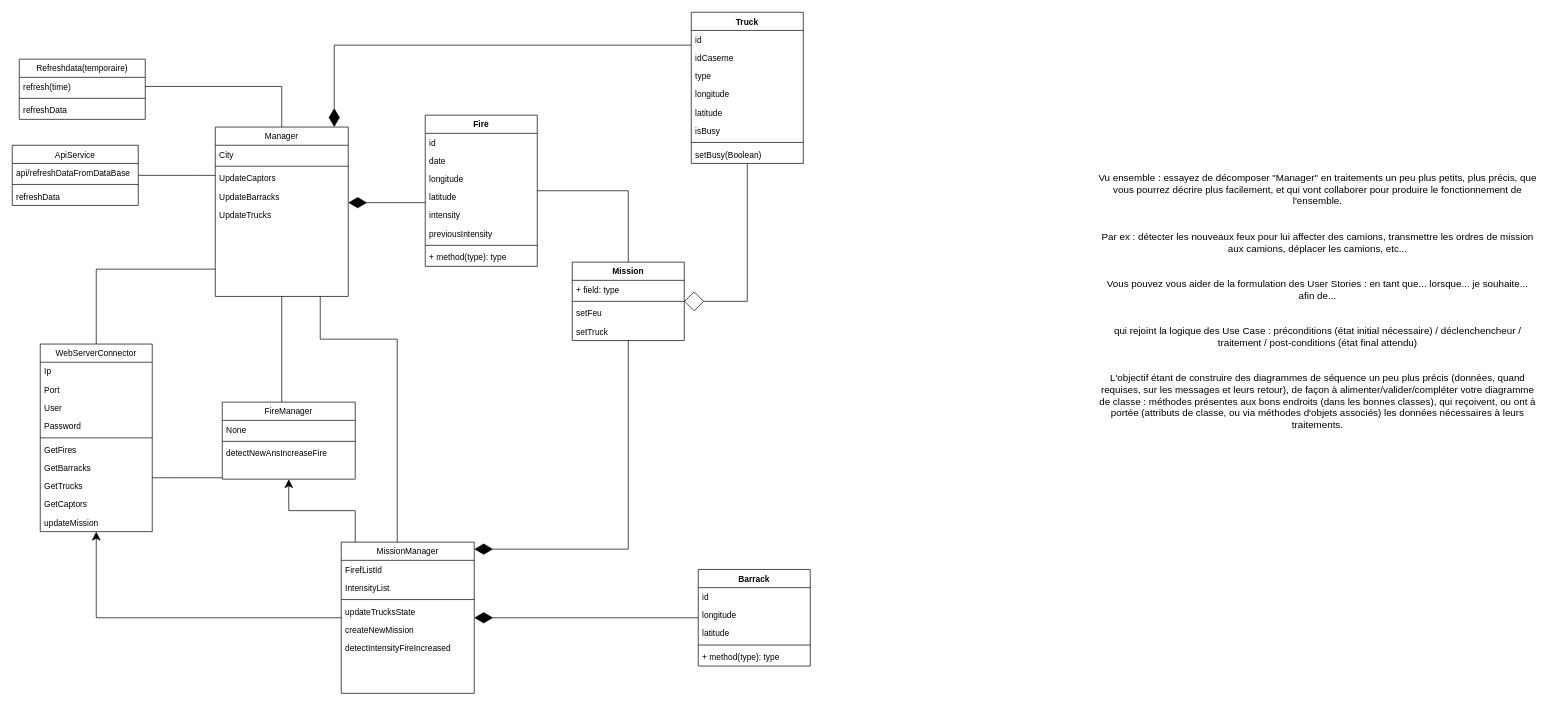
This is UML/Diagramme de classe Emergency manager.drawio from Emile-Bergin/S7-ProjetScientifique, a draw.io file, before an edit. Source tidied: cells renumbered, new cells numbered last; positions are measured from the earlier drawing's top-left corner, leaving out a move shared by most shapes. Both pictures are drawn from the tidied source at 70%, with x=0, y=0 at pixel (12, 12).
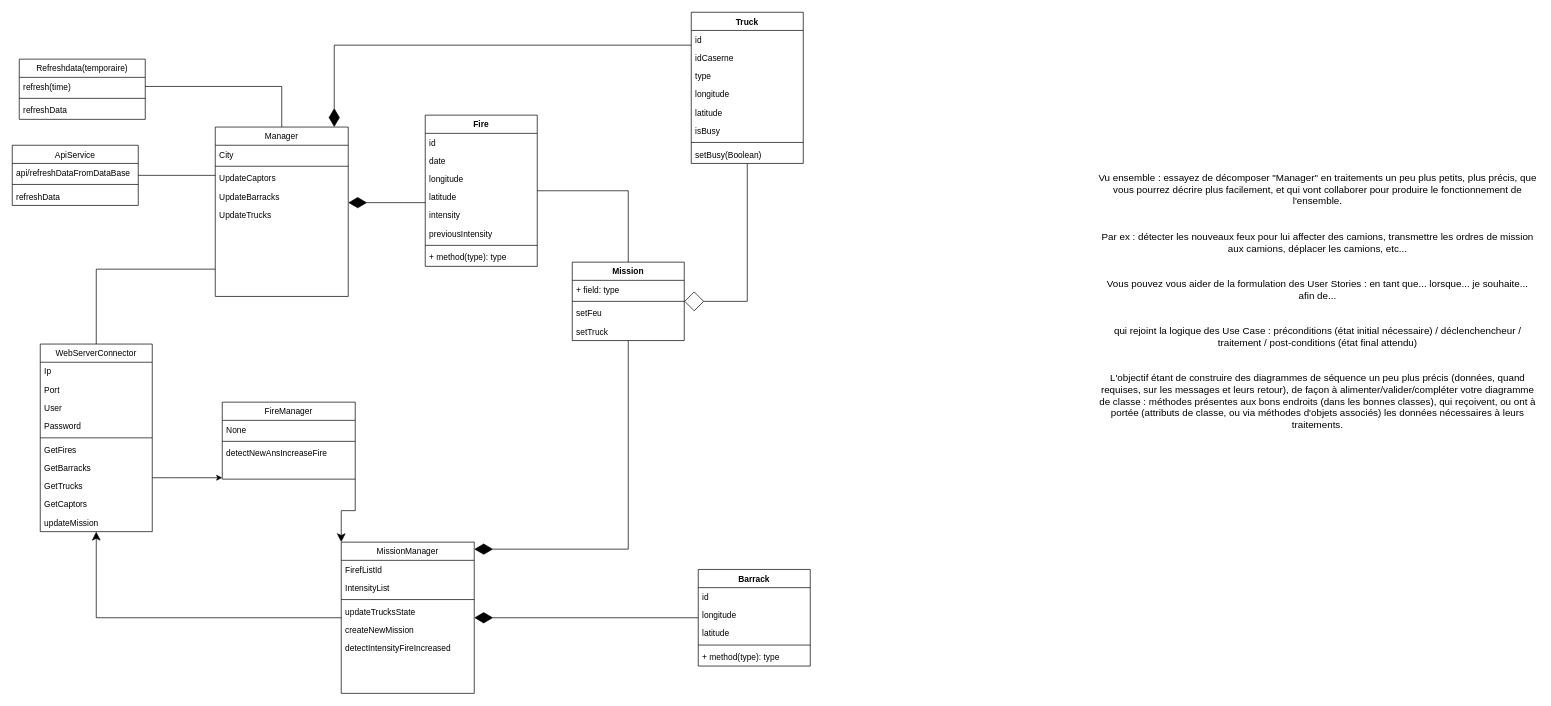
The same diagram, later.

Unchanged cells that the change refers to:
```xml
<mxCell id="3" value="WebServerConnector" style="swimlane;fontStyle=0;align=center;verticalAlign=top;horizontal=1;startSize=26;rounded=0;shadow=0;strokeWidth=1;" parent="1" vertex="1">
  <mxGeometry x="40" y="474" width="160" height="268" as="geometry" />
</mxCell>
<mxCell id="19" value="Manager" style="swimlane;fontStyle=0;align=center;verticalAlign=top;horizontal=1;startSize=26;rounded=0;shadow=0;strokeWidth=1;" parent="1" vertex="1">
  <mxGeometry x="290" y="164" width="190" height="242" as="geometry" />
</mxCell>
<mxCell id="65" value="MissionManager" style="swimlane;fontStyle=0;align=center;verticalAlign=top;horizontal=1;startSize=26;rounded=0;shadow=0;strokeWidth=1;" parent="1" vertex="1">
  <mxGeometry x="470" y="757" width="190" height="216" as="geometry" />
</mxCell>
<mxCell id="75" value="FireManager" style="swimlane;fontStyle=0;align=center;verticalAlign=top;horizontal=1;startSize=26;rounded=0;shadow=0;strokeWidth=1;" parent="1" vertex="1">
  <mxGeometry x="300" y="557" width="190" height="110" as="geometry" />
</mxCell>
```

The edit, as a diff of the source:
```diff
@@
-    <mxCell id="63" style="edgeStyle=orthogonalEdgeStyle;rounded=0;jettySize=auto;html=1;shadow=0;startArrow=none;startFill=0;endArrow=none;endFill=0;" parent="1" edge="1" source="65" target="19">
-      <mxGeometry relative="1" as="geometry">
-        <Array as="points">
-          <mxPoint x="550" y="467" />
-          <mxPoint x="440" y="467" />
-        </Array>
-      </mxGeometry>
-    </mxCell>
@@
-    <mxCell id="72" style="edgeStyle=orthogonalEdgeStyle;rounded=0;jettySize=auto;html=1;shadow=0;startArrow=none;startFill=0;endArrow=none;endFill=0;" parent="1" edge="1" source="75" target="3">
+    <mxCell id="72" style="edgeStyle=orthogonalEdgeStyle;rounded=0;jettySize=auto;html=1;shadow=0;startArrow=classic;startFill=1;endArrow=none;endFill=0;" parent="1" edge="1" source="75" target="3">
       <mxGeometry relative="1" as="geometry">
         <Array as="points">
           <mxPoint x="230" y="665" />
           <mxPoint x="230" y="665" />
         </Array>
       </mxGeometry>
     </mxCell>
-    <mxCell id="73" style="edgeStyle=orthogonalEdgeStyle;rounded=0;jettySize=auto;html=1;shadow=0;startArrow=none;startFill=0;endArrow=none;endFill=0;" parent="1" edge="1" source="75" target="19">
-      <mxGeometry relative="1" as="geometry">
-        <Array as="points">
-          <mxPoint x="385" y="507" />
-          <mxPoint x="385" y="507" />
-        </Array>
-      </mxGeometry>
-    </mxCell>
-    <mxCell id="74" style="edgeStyle=orthogonalEdgeStyle;rounded=0;jettySize=auto;html=1;shadow=0;startArrow=classic;startFill=1;startSize=10;endArrow=none;endFill=0;endSize=10;" parent="1" edge="1" source="75" target="65">
+    <mxCell id="74" style="edgeStyle=orthogonalEdgeStyle;rounded=0;jettySize=auto;html=1;shadow=0;startArrow=classic;startFill=1;startSize=10;endArrow=none;endFill=0;endSize=10;exitX=0;exitY=0;exitDx=0;exitDy=0;" parent="1" edge="1" source="65" target="75">
       <mxGeometry relative="1" as="geometry">
         <Array as="points">
-          <mxPoint x="395" y="712" />
+          <mxPoint x="470" y="712" />
           <mxPoint x="490" y="712" />
         </Array>
       </mxGeometry>
     </mxCell>
```
